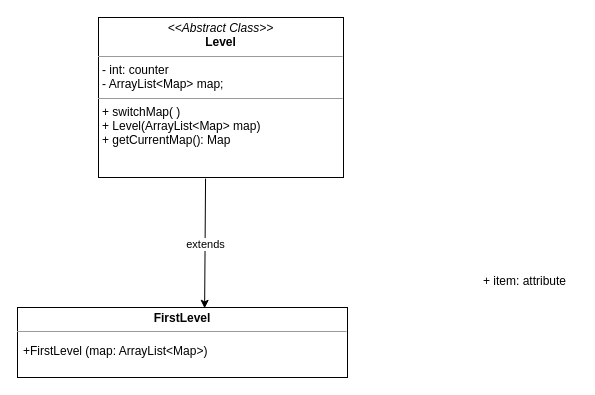
Above: log/diagrams/UML/Alessia/Level.drawio in weiss25r/Progetto-ISS-2022-2023 (draw.io), before the change. Source tidied: cells renumbered, new cells numbered last; positions are measured from the earlier drawing's top-left corner, leaving out a move shared by most shapes. Both pictures are drawn from the tidied source at 100%, with x=0, y=0 at pixel (17, 17).
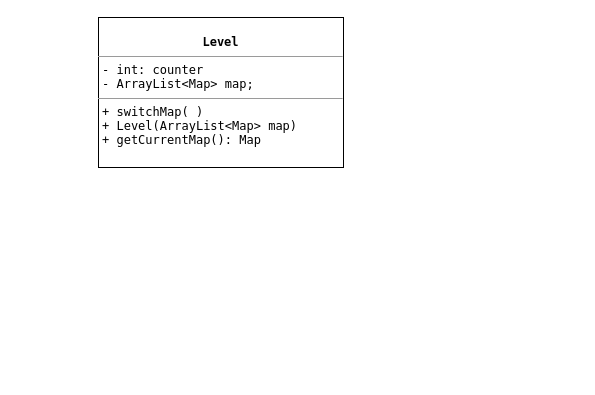
The same page after the edit.

Commit message (it also covers changes not shown here):
Change Map and Level diagram class

The edit, as a diff of the source:
```diff
@@
 <mxGraphModel>
   <root>
     <mxCell id="0" />
     <mxCell id="1" parent="0" />
-    <mxCell id="2" value="&lt;p style=&quot;margin:0px;margin-top:4px;text-align:center;&quot;&gt;&lt;i&gt;&amp;lt;&amp;lt;Abstract Class&amp;gt;&amp;gt;&lt;/i&gt;&lt;br&gt;&lt;b&gt;Level&lt;/b&gt;&lt;/p&gt;&lt;hr size=&quot;1&quot;&gt;&lt;p style=&quot;margin:0px;margin-left:4px;&quot;&gt;- int: counter&lt;/p&gt;&lt;p style=&quot;margin:0px;margin-left:4px;&quot;&gt;- ArrayList&amp;lt;Map&amp;gt; map;&lt;/p&gt;&lt;hr size=&quot;1&quot;&gt;&lt;p style=&quot;margin:0px;margin-left:4px;&quot;&gt;+ switchMap( )&lt;br&gt;+ Level(ArrayList&amp;lt;Map&amp;gt; map)&lt;/p&gt;&lt;p style=&quot;margin:0px;margin-left:4px;&quot;&gt;+ getCurrentMap(): Map&lt;/p&gt;&lt;p style=&quot;margin:0px;margin-left:4px;&quot;&gt;&lt;br&gt;&lt;/p&gt;" style="verticalAlign=top;align=left;overflow=fill;fontSize=12;fontFamily=Helvetica;html=1;" parent="1" vertex="1">
-      <mxGeometry x="81" width="245" height="160" as="geometry" />
+    <mxCell id="2" value="&lt;p style=&quot;margin:0px;margin-top:4px;text-align:center;&quot;&gt;&lt;br&gt;&lt;b&gt;Level&lt;/b&gt;&lt;/p&gt;&lt;hr size=&quot;1&quot;&gt;&lt;p style=&quot;margin:0px;margin-left:4px;&quot;&gt;- int: counter&lt;/p&gt;&lt;p style=&quot;margin:0px;margin-left:4px;&quot;&gt;- ArrayList&amp;lt;Map&amp;gt; map;&lt;/p&gt;&lt;hr size=&quot;1&quot;&gt;&lt;p style=&quot;margin:0px;margin-left:4px;&quot;&gt;+ switchMap( )&lt;br&gt;+ Level(ArrayList&amp;lt;Map&amp;gt; map)&lt;/p&gt;&lt;p style=&quot;margin:0px;margin-left:4px;&quot;&gt;+ getCurrentMap(): Map&lt;/p&gt;&lt;p style=&quot;margin:0px;margin-left:4px;&quot;&gt;&lt;br&gt;&lt;/p&gt;" style="verticalAlign=top;align=left;overflow=fill;fontSize=12;fontFamily=Lucida Console;html=1;" parent="1" vertex="1">
+      <mxGeometry x="81" width="245" height="150" as="geometry" />
     </mxCell>
-    <mxCell id="3" value="&lt;p style=&quot;margin:0px;margin-top:4px;text-align:center;&quot;&gt;&lt;b&gt;FirstLevel&lt;/b&gt;&lt;/p&gt;&lt;hr size=&quot;1&quot;&gt;&lt;div style=&quot;height:2px;&quot;&gt;&lt;/div&gt;" style="verticalAlign=top;align=left;overflow=fill;fontSize=12;fontFamily=Helvetica;html=1;" parent="1" vertex="1">
-      <mxGeometry y="290" width="330" height="70" as="geometry" />
-    </mxCell>
-    <mxCell id="4" style="endArrow=classic;html=1;rounded=0;entryX=0.567;entryY=0.011;entryDx=0;entryDy=0;entryPerimeter=0;exitX=0.437;exitY=1.007;exitDx=0;exitDy=0;exitPerimeter=0;" parent="1" edge="1" source="2" target="3">
-      <mxGeometry relative="1" as="geometry" />
-    </mxCell>
-    <mxCell id="5" value="extends&lt;br&gt;" style="edgeLabel;html=1;align=center;verticalAlign=middle;" parent="4" vertex="1">
-      <mxGeometry relative="1" as="geometry" />
-    </mxCell>
-    <mxCell id="6" value="+FirstLevel (map: ArrayList&lt;Map&gt;)" style="text;strokeColor=none;fillColor=none;align=left;verticalAlign=top;spacingLeft=4;spacingRight=4;overflow=hidden;" parent="1" vertex="1">
-      <mxGeometry y="320" width="240" height="26" as="geometry" />
-    </mxCell>
-    <mxCell id="7" value="+ item: attribute" style="text;strokeColor=none;fillColor=none;align=left;verticalAlign=top;spacingLeft=4;spacingRight=4;overflow=hidden;" parent="1" vertex="1">
-      <mxGeometry x="460" y="250" width="100" height="26" as="geometry" />
-    </mxCell>
   </root>
 </mxGraphModel>
```
